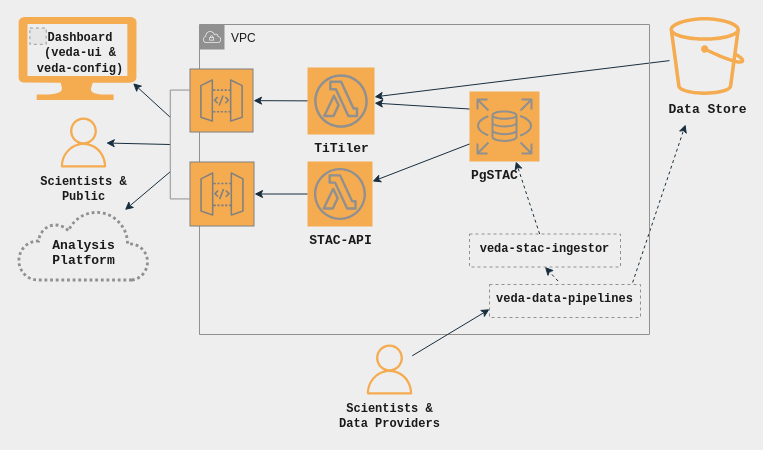
The draw.io diagram .readme/veda-backend.drawio.xml in NASA-IMPACT/veda-backend, before the edit. Source tidied: cells renumbered, new cells numbered last; positions are measured from the earlier drawing's top-left corner, leaving out a move shared by most shapes. Both pictures are drawn from the tidied source at 100%, with x=0, y=0 at pixel (18, 16). Pictures stored in the file or linked from it are replaced by grey dashed boxes.
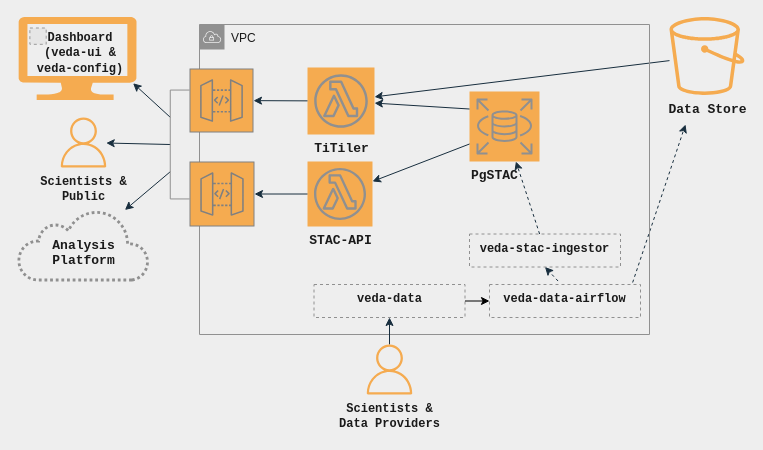
Above is the later version.

Commit message (it also covers changes not shown here):
docs: s/veda-data-pipelines/veda-data-airflow/

I can't update the diagram b/c it's draw.io.

The change refers to these unchanged cells:
```xml
<mxCell id="22" value="&lt;div&gt;&lt;b&gt;&lt;font face=&quot;Courier New&quot;&gt;Scientists &amp;amp; &lt;br&gt;&lt;/font&gt;&lt;/b&gt;&lt;/div&gt;&lt;div&gt;&lt;b&gt;&lt;font face=&quot;Courier New&quot;&gt;Data Providers&lt;/font&gt;&lt;/b&gt;&lt;/div&gt;" style="sketch=0;outlineConnect=0;fontColor=#1A1A1A;fillColor=#F5AB50;strokeColor=none;dashed=0;verticalLabelPosition=bottom;verticalAlign=top;align=center;html=1;fontSize=12;fontStyle=0;shape=mxgraph.aws4.user;" parent="1" vertex="1">
  <mxGeometry x="346" y="328" width="50" height="50" as="geometry" />
</mxCell>
```

What changed in the source:
```diff
@@
-    <mxCell id="13" value="&lt;font face=&quot;Courier New&quot;&gt;&lt;b&gt;veda-data-pipelines&lt;/b&gt;&lt;/font&gt;" style="whiteSpace=wrap;html=1;verticalAlign=top;fillColor=none;strokeColor=#909090;fontColor=#1A1A1A;gradientDirection=north;dashed=1;fontStyle=0;rounded=0;" parent="1" vertex="1">
+    <mxCell id="13" value="&lt;font face=&quot;Courier New&quot;&gt;&lt;b&gt;veda-data-airflow&lt;/b&gt;&lt;/font&gt;" style="whiteSpace=wrap;html=1;verticalAlign=top;fillColor=none;strokeColor=#909090;fontColor=#1A1A1A;gradientDirection=north;dashed=1;fontStyle=0;rounded=0;" parent="1" vertex="1">
       <mxGeometry x="471" y="268" width="151" height="33" as="geometry" />
     </mxCell>
@@
-    <mxCell id="21" style="edgeStyle=none;rounded=0;jettySize=auto;html=1;entryX=0;entryY=0.75;entryDx=0;entryDy=0;strokeColor=#182E3E;fontFamily=Courier New;fontColor=#1A1A1A;labelBackgroundColor=#EEEEEE;" parent="1" edge="1" source="22" target="13">
+    <mxCell id="21" style="edgeStyle=none;rounded=0;jettySize=auto;html=1;entryX=0.5;entryY=1;entryDx=0;entryDy=0;strokeColor=#182E3E;fontFamily=Courier New;fontColor=#1A1A1A;labelBackgroundColor=#EEEEEE;" parent="1" edge="1" source="22" target="31">
       <mxGeometry relative="1" as="geometry" />
     </mxCell>
@@
     <mxCell id="23" style="group;fontColor=#1A1A1A;" parent="1" vertex="1">
-      <mxGeometry y="0.5" width="617" height="290" as="geometry" />
+      <mxGeometry y="0.5" width="617" height="300.5" as="geometry" />
     </mxCell>
@@
+    <mxCell id="31" value="&lt;font face=&quot;Courier New&quot;&gt;&lt;b&gt;veda-data&lt;/b&gt;&lt;/font&gt;" style="whiteSpace=wrap;html=1;verticalAlign=top;fillColor=none;strokeColor=#909090;fontColor=#1A1A1A;gradientDirection=north;dashed=1;fontStyle=0;rounded=0;" parent="23" vertex="1">
+      <mxGeometry x="295.5" y="267.5" width="151" height="33" as="geometry" />
+    </mxCell>
@@
+    <mxCell id="32" style="edgeStyle=orthogonalEdgeStyle;rounded=0;jettySize=auto;html=1;exitX=1;exitY=0.5;exitDx=0;exitDy=0;entryX=0;entryY=0.5;entryDx=0;entryDy=0;" parent="1" edge="1" source="31" target="13">
+      <mxGeometry relative="1" as="geometry" />
+    </mxCell>
```
